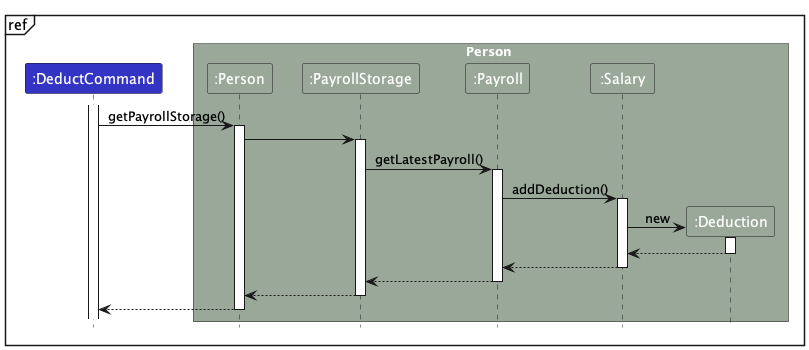
nus-cs2103-AY2324S1/tp keeps this PlantUML diagram as docs/images/AddDeductionSequenceDiagram2.png. Above is the earlier version.
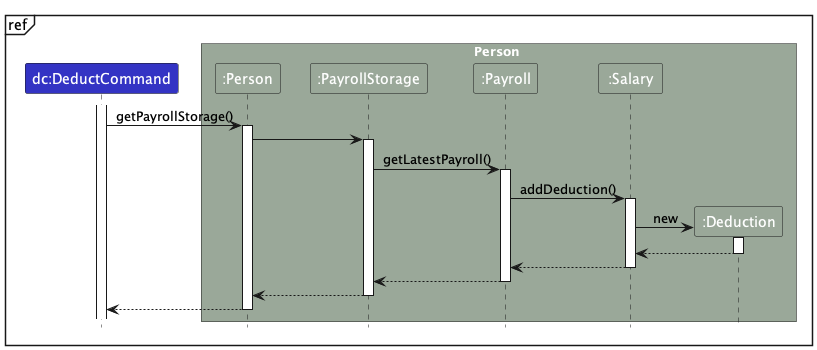
After the commit.

Diff of the diagram source:
```diff
@@ -4,7 +4,7 @@
 
 mainframe ref
 
-participant ":DeductCommand" as DeductCommand LOGIC_COLOR
+participant "dc:DeductCommand" as DeductCommand LOGIC_COLOR
 
 box Person PERSON_COLOR
 participant ":Person" as Person PERSON_COLOR
```
